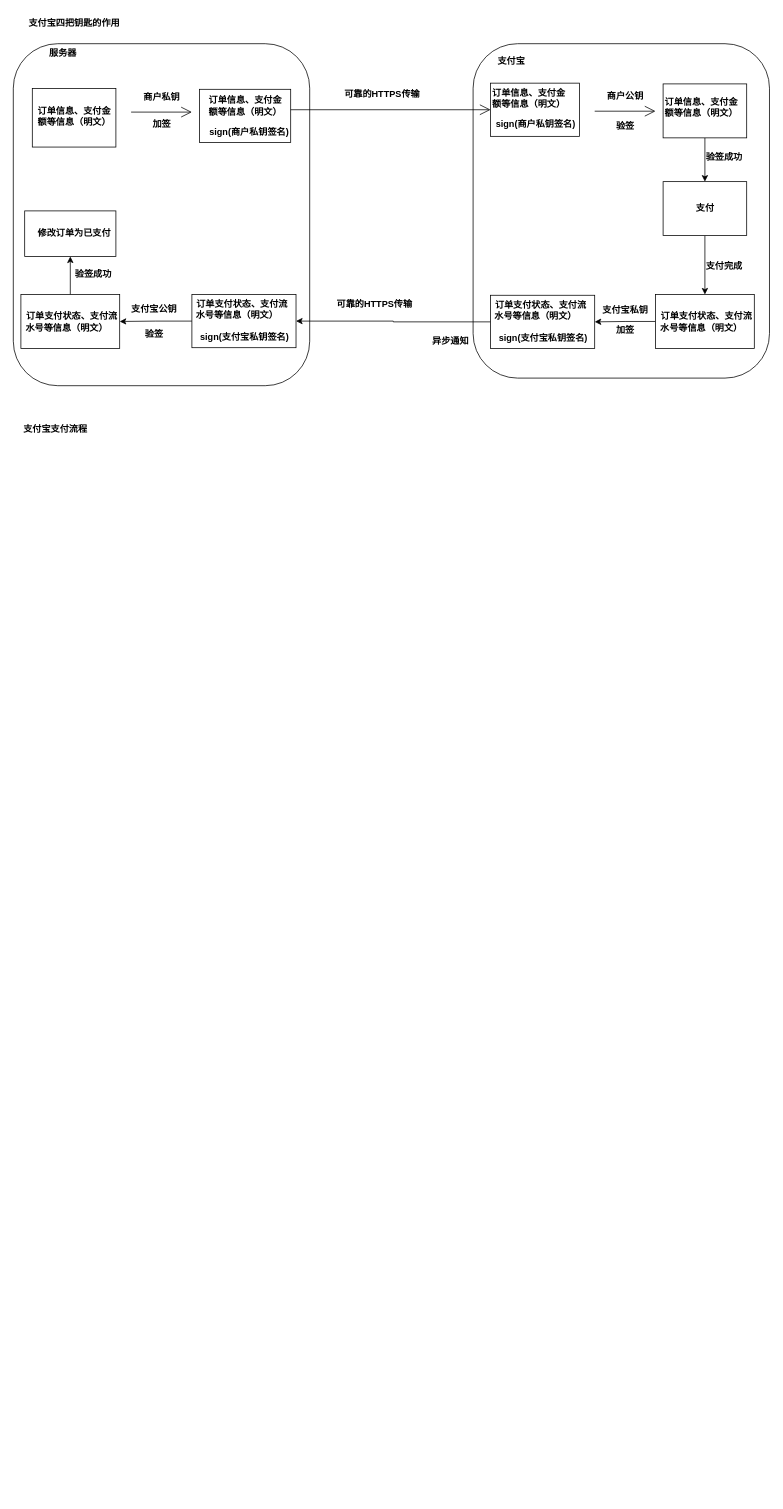
Before: ShopBusiness/支付宝支付原理.drawio in Chaimek/LearnPictures, a draw.io diagram. Source tidied: cells renumbered, new cells numbered last; positions are measured from the earlier drawing's top-left corner, leaving out a move shared by most shapes. Both pictures are drawn from the tidied source at 76%, with x=0, y=0 at pixel (13, 13).
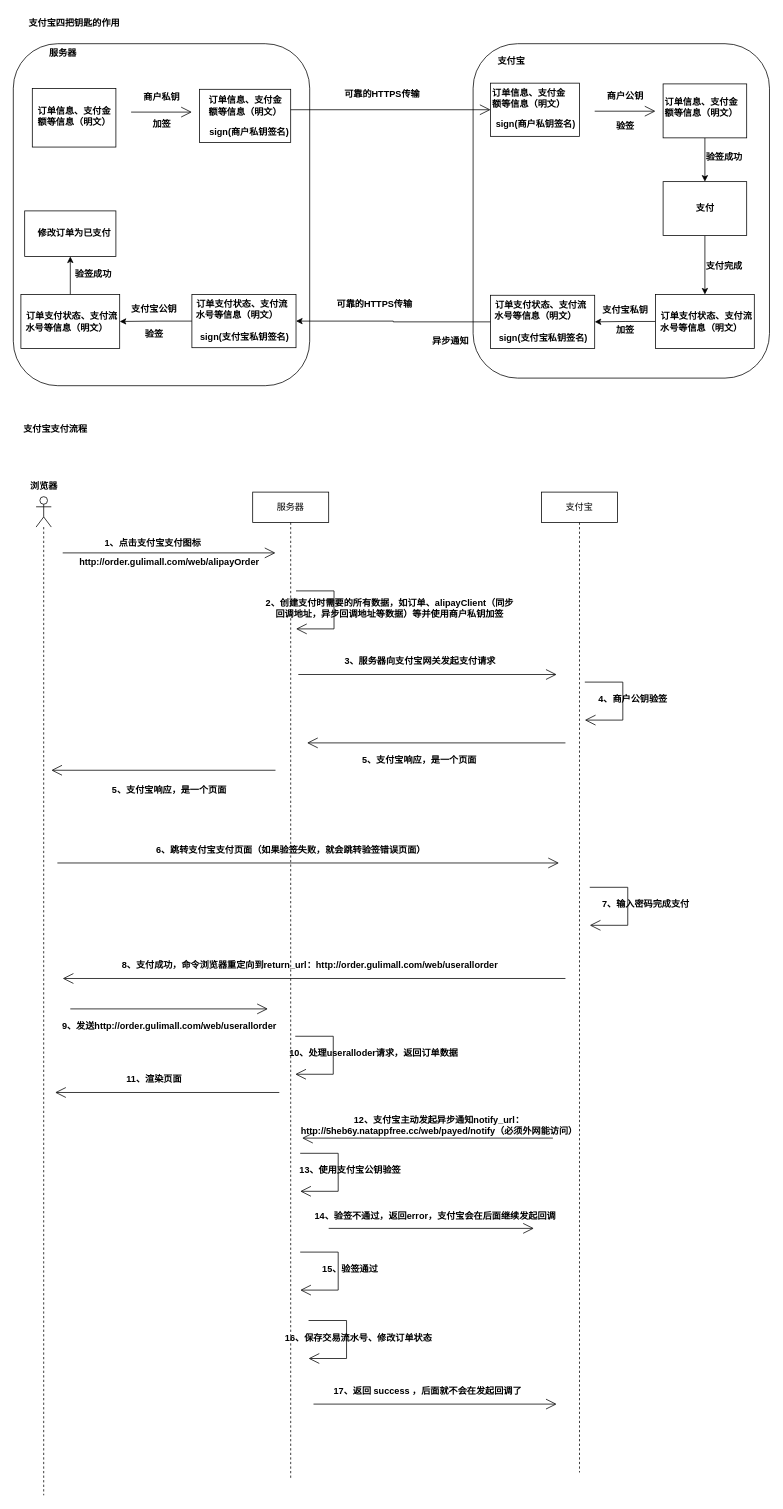
Above is the later version.

Commit message:
更新支付宝支付原理.drawio

Diff of the diagram source:
```diff
@@
+    <mxCell id="55" style="shape=umlLifeline;perimeter=lifelinePerimeter;whiteSpace=wrap;html=1;newEdgeStyle={&quot;edgeStyle&quot;:&quot;elbowEdgeStyle&quot;,&quot;elbow&quot;:&quot;vertical&quot;,&quot;curved&quot;:0,&quot;rounded&quot;:0};participant=umlActor;" parent="1" vertex="1">
+      <mxGeometry x="30" y="636" width="20" height="1314" as="geometry" />
+    </mxCell>
+    <mxCell id="56" value="浏览器" style="text;align=center;fontStyle=1;verticalAlign=middle;spacingLeft=3;spacingRight=3;strokeColor=none;html=1;" parent="1" vertex="1">
+      <mxGeometry y="610" width="80" height="26" as="geometry" />
+    </mxCell>
+    <mxCell id="57" value="服务器" style="shape=umlLifeline;perimeter=lifelinePerimeter;whiteSpace=wrap;html=1;newEdgeStyle={&quot;edgeStyle&quot;:&quot;elbowEdgeStyle&quot;,&quot;elbow&quot;:&quot;vertical&quot;,&quot;curved&quot;:0,&quot;rounded&quot;:0};" parent="1" vertex="1">
+      <mxGeometry x="315" y="630" width="100" height="1300" as="geometry" />
+    </mxCell>
+    <mxCell id="58" value="支付宝" style="shape=umlLifeline;perimeter=lifelinePerimeter;whiteSpace=wrap;html=1;newEdgeStyle={&quot;edgeStyle&quot;:&quot;elbowEdgeStyle&quot;,&quot;elbow&quot;:&quot;vertical&quot;,&quot;curved&quot;:0,&quot;rounded&quot;:0};" parent="1" vertex="1">
+      <mxGeometry x="695" y="630" width="100" height="1290" as="geometry" />
+    </mxCell>
+    <mxCell id="59" style="endArrow=open;endFill=1;endSize=12;html=1;rounded=0;" parent="1" edge="1">
+      <mxGeometry relative="1" as="geometry">
+        <mxPoint x="65" y="710" as="sourcePoint" />
+        <mxPoint x="345" y="710" as="targetPoint" />
+      </mxGeometry>
+    </mxCell>
+    <mxCell id="60" value="1、点击支付宝支付图标&amp;nbsp;" style="text;align=center;fontStyle=1;verticalAlign=middle;spacingLeft=3;spacingRight=3;strokeColor=none;html=1;" parent="1" vertex="1">
+      <mxGeometry x="145" y="684" width="80" height="26" as="geometry" />
+    </mxCell>
+    <mxCell id="61" value="http://order.gulimall.com/web/alipayOrder" style="text;align=center;fontStyle=1;verticalAlign=middle;spacingLeft=3;spacingRight=3;strokeColor=none;html=1;" parent="1" vertex="1">
+      <mxGeometry x="165" y="710" width="80" height="26" as="geometry" />
+    </mxCell>
+    <mxCell id="62" style="endArrow=open;endFill=1;endSize=12;html=1;rounded=0;" parent="1" edge="1">
+      <mxGeometry relative="1" as="geometry">
+        <mxPoint x="372" y="760" as="sourcePoint" />
+        <mxPoint x="372" y="810" as="targetPoint" />
+        <Array as="points">
+          <mxPoint x="422" y="760" />
+          <mxPoint x="422" y="810" />
+        </Array>
+      </mxGeometry>
+    </mxCell>
+    <mxCell id="63" value="2、创建支付时需要的所有数据，如订单、alipayClient（同步&lt;br&gt;回调地址，异步回调地址等数据）等并使用商户私钥加签" style="text;align=center;fontStyle=1;verticalAlign=middle;spacingLeft=3;spacingRight=3;strokeColor=none;html=1;" parent="1" vertex="1">
+      <mxGeometry x="455" y="770" width="80" height="26" as="geometry" />
+    </mxCell>
+    <mxCell id="64" style="endArrow=open;endFill=1;endSize=12;html=1;rounded=0;" parent="1" edge="1">
+      <mxGeometry relative="1" as="geometry">
+        <mxPoint x="375" y="870" as="sourcePoint" />
+        <mxPoint x="715" y="870" as="targetPoint" />
+      </mxGeometry>
+    </mxCell>
+    <mxCell id="65" value="3、服务器向支付宝网关发起支付请求" style="text;align=center;fontStyle=1;verticalAlign=middle;spacingLeft=3;spacingRight=3;strokeColor=none;html=1;" parent="1" vertex="1">
+      <mxGeometry x="495" y="840" width="80" height="26" as="geometry" />
+    </mxCell>
+    <mxCell id="66" style="endArrow=open;endFill=1;endSize=12;html=1;rounded=0;" parent="1" edge="1">
+      <mxGeometry relative="1" as="geometry">
+        <mxPoint x="726.5" y="960" as="sourcePoint" />
+        <mxPoint x="386.5" y="960" as="targetPoint" />
+      </mxGeometry>
+    </mxCell>
+    <mxCell id="67" value="5、支付宝响应，是一个页面" style="text;align=center;fontStyle=1;verticalAlign=middle;spacingLeft=3;spacingRight=3;strokeColor=none;html=1;" parent="1" vertex="1">
+      <mxGeometry x="493.5" y="970" width="80" height="26" as="geometry" />
+    </mxCell>
+    <mxCell id="68" style="endArrow=open;endFill=1;endSize=12;html=1;rounded=0;" parent="1" edge="1">
+      <mxGeometry relative="1" as="geometry">
+        <mxPoint x="345" y="996" as="sourcePoint" />
+        <mxPoint x="50" y="996" as="targetPoint" />
+      </mxGeometry>
+    </mxCell>
+    <mxCell id="69" value="5、支付宝响应，是一个页面" style="text;align=center;fontStyle=1;verticalAlign=middle;spacingLeft=3;spacingRight=3;strokeColor=none;html=1;" parent="1" vertex="1">
+      <mxGeometry x="165" y="1010" width="80" height="26" as="geometry" />
+    </mxCell>
+    <mxCell id="70" style="endArrow=open;endFill=1;endSize=12;html=1;rounded=0;" parent="1" edge="1">
+      <mxGeometry relative="1" as="geometry">
+        <mxPoint x="58" y="1118" as="sourcePoint" />
+        <mxPoint x="718" y="1118" as="targetPoint" />
+      </mxGeometry>
+    </mxCell>
+    <mxCell id="71" value="6、跳转支付宝支付页面（如果验签失败，就会跳转验签错误页面）" style="text;align=center;fontStyle=1;verticalAlign=middle;spacingLeft=3;spacingRight=3;strokeColor=none;html=1;" parent="1" vertex="1">
+      <mxGeometry x="325" y="1088" width="80" height="26" as="geometry" />
+    </mxCell>
+    <mxCell id="72" style="endArrow=open;endFill=1;endSize=12;html=1;rounded=0;" parent="1" edge="1">
+      <mxGeometry relative="1" as="geometry">
+        <mxPoint x="758.5" y="1150" as="sourcePoint" />
+        <mxPoint x="758.5" y="1200" as="targetPoint" />
+        <Array as="points">
+          <mxPoint x="808.5" y="1150" />
+          <mxPoint x="808.5" y="1200" />
+        </Array>
+      </mxGeometry>
+    </mxCell>
+    <mxCell id="73" value="7、输入密码完成支付" style="text;align=center;fontStyle=1;verticalAlign=middle;spacingLeft=3;spacingRight=3;strokeColor=none;html=1;" parent="1" vertex="1">
+      <mxGeometry x="791.5" y="1160" width="80" height="26" as="geometry" />
+    </mxCell>
+    <mxCell id="74" style="endArrow=open;endFill=1;endSize=12;html=1;rounded=0;" parent="1" edge="1">
+      <mxGeometry relative="1" as="geometry">
+        <mxPoint x="752" y="880" as="sourcePoint" />
+        <mxPoint x="752" y="930" as="targetPoint" />
+        <Array as="points">
+          <mxPoint x="802" y="880" />
+          <mxPoint x="802" y="930" />
+        </Array>
+      </mxGeometry>
+    </mxCell>
+    <mxCell id="75" value="4、商户公钥验签" style="text;align=center;fontStyle=1;verticalAlign=middle;spacingLeft=3;spacingRight=3;strokeColor=none;html=1;" parent="1" vertex="1">
+      <mxGeometry x="775" y="890" width="80" height="26" as="geometry" />
+    </mxCell>
+    <mxCell id="76" style="endArrow=open;endFill=1;endSize=12;html=1;rounded=0;" parent="1" edge="1">
+      <mxGeometry relative="1" as="geometry">
+        <mxPoint x="726.5" y="1270" as="sourcePoint" />
+        <mxPoint x="65" y="1270" as="targetPoint" />
+      </mxGeometry>
+    </mxCell>
+    <mxCell id="77" value="8、支付成功，命令浏览器重定向到return_url：&lt;span style=&quot;background-color: initial;&quot;&gt;http://order.gulimall.com/web/userallorder&lt;/span&gt;" style="text;align=center;fontStyle=1;verticalAlign=middle;spacingLeft=3;spacingRight=3;strokeColor=none;html=1;" parent="1" vertex="1">
+      <mxGeometry x="350" y="1240" width="80" height="26" as="geometry" />
+    </mxCell>
+    <mxCell id="78" style="endArrow=open;endFill=1;endSize=12;html=1;rounded=0;" parent="1" edge="1">
+      <mxGeometry relative="1" as="geometry">
+        <mxPoint x="377.5" y="1500" as="sourcePoint" />
+        <mxPoint x="377.5" y="1550" as="targetPoint" />
+        <Array as="points">
+          <mxPoint x="427.5" y="1500" />
+          <mxPoint x="427.5" y="1550" />
+        </Array>
+      </mxGeometry>
+    </mxCell>
+    <mxCell id="79" value="13、使用支付宝公钥验签" style="text;align=center;fontStyle=1;verticalAlign=middle;spacingLeft=3;spacingRight=3;strokeColor=none;html=1;" parent="1" vertex="1">
+      <mxGeometry x="402.5" y="1510" width="80" height="26" as="geometry" />
+    </mxCell>
+    <mxCell id="80" style="endArrow=open;endFill=1;endSize=12;html=1;rounded=0;" parent="1" edge="1">
+      <mxGeometry relative="1" as="geometry">
+        <mxPoint x="415" y="1598.8" as="sourcePoint" />
+        <mxPoint x="685" y="1598.8" as="targetPoint" />
+      </mxGeometry>
+    </mxCell>
+    <mxCell id="81" value="14、验签不通过，返回error，支付宝会在后面继续发起回调" style="text;align=center;fontStyle=1;verticalAlign=middle;spacingLeft=3;spacingRight=3;strokeColor=none;html=1;" parent="1" vertex="1">
+      <mxGeometry x="515" y="1570" width="80" height="26" as="geometry" />
+    </mxCell>
+    <mxCell id="82" style="endArrow=open;endFill=1;endSize=12;html=1;rounded=0;" parent="1" edge="1">
+      <mxGeometry relative="1" as="geometry">
+        <mxPoint x="371" y="1346" as="sourcePoint" />
+        <mxPoint x="371" y="1396" as="targetPoint" />
+        <Array as="points">
+          <mxPoint x="421" y="1346" />
+          <mxPoint x="421" y="1396" />
+        </Array>
+      </mxGeometry>
+    </mxCell>
+    <mxCell id="83" value="10、处理useralloder请求，返回订单数据" style="text;align=center;fontStyle=1;verticalAlign=middle;spacingLeft=3;spacingRight=3;strokeColor=none;html=1;" parent="1" vertex="1">
+      <mxGeometry x="434" y="1356" width="80" height="26" as="geometry" />
+    </mxCell>
+    <mxCell id="84" style="endArrow=open;endFill=1;endSize=12;html=1;rounded=0;" parent="1" edge="1">
+      <mxGeometry relative="1" as="geometry">
+        <mxPoint x="350" y="1420" as="sourcePoint" />
+        <mxPoint x="55" y="1420" as="targetPoint" />
+      </mxGeometry>
+    </mxCell>
+    <mxCell id="85" value="11、渲染页面" style="text;align=center;fontStyle=1;verticalAlign=middle;spacingLeft=3;spacingRight=3;strokeColor=none;html=1;" parent="1" vertex="1">
+      <mxGeometry x="145" y="1390" width="80" height="26" as="geometry" />
+    </mxCell>
+    <mxCell id="86" style="endArrow=open;endFill=1;endSize=12;html=1;rounded=0;" parent="1" edge="1">
+      <mxGeometry relative="1" as="geometry">
+        <mxPoint x="710" y="1480" as="sourcePoint" />
+        <mxPoint x="380" y="1480" as="targetPoint" />
+      </mxGeometry>
+    </mxCell>
+    <mxCell id="87" value="12、支付宝主动发起异步通知notify_url：&lt;br&gt;http://5heb6y.natappfree.cc/web/payed/notify（必须外网能访问）" style="text;align=center;fontStyle=1;verticalAlign=middle;spacingLeft=3;spacingRight=3;strokeColor=none;html=1;" parent="1" vertex="1">
+      <mxGeometry x="520" y="1450" width="80" height="26" as="geometry" />
+    </mxCell>
+    <mxCell id="88" style="endArrow=open;endFill=1;endSize=12;html=1;rounded=0;" parent="1" edge="1">
+      <mxGeometry relative="1" as="geometry">
+        <mxPoint x="75" y="1310" as="sourcePoint" />
+        <mxPoint x="335" y="1310" as="targetPoint" />
+      </mxGeometry>
+    </mxCell>
+    <mxCell id="89" value="9、发送http://order.gulimall.com/web/userallorder" style="text;align=center;fontStyle=1;verticalAlign=middle;spacingLeft=3;spacingRight=3;strokeColor=none;html=1;" parent="1" vertex="1">
+      <mxGeometry x="165" y="1320" width="80" height="26" as="geometry" />
+    </mxCell>
+    <mxCell id="90" style="endArrow=open;endFill=1;endSize=12;html=1;rounded=0;" parent="1" edge="1">
+      <mxGeometry relative="1" as="geometry">
+        <mxPoint x="377.5" y="1630" as="sourcePoint" />
+        <mxPoint x="377.5" y="1680" as="targetPoint" />
+        <Array as="points">
+          <mxPoint x="427.5" y="1630" />
+          <mxPoint x="427.5" y="1680" />
+        </Array>
+      </mxGeometry>
+    </mxCell>
+    <mxCell id="91" value="15、验签通过" style="text;align=center;fontStyle=1;verticalAlign=middle;spacingLeft=3;spacingRight=3;strokeColor=none;html=1;" parent="1" vertex="1">
+      <mxGeometry x="402.5" y="1640" width="80" height="26" as="geometry" />
+    </mxCell>
+    <mxCell id="92" style="endArrow=open;endFill=1;endSize=12;html=1;rounded=0;" parent="1" edge="1">
+      <mxGeometry relative="1" as="geometry">
+        <mxPoint x="388.5" y="1720" as="sourcePoint" />
+        <mxPoint x="388.5" y="1770" as="targetPoint" />
+        <Array as="points">
+          <mxPoint x="438.5" y="1720" />
+          <mxPoint x="438.5" y="1770" />
+        </Array>
+      </mxGeometry>
+    </mxCell>
+    <mxCell id="93" value="16、保存交易流水号、修改订单状态" style="text;align=center;fontStyle=1;verticalAlign=middle;spacingLeft=3;spacingRight=3;strokeColor=none;html=1;" parent="1" vertex="1">
+      <mxGeometry x="413.5" y="1730" width="80" height="26" as="geometry" />
+    </mxCell>
+    <mxCell id="94" style="endArrow=open;endFill=1;endSize=12;html=1;rounded=0;" parent="1" edge="1">
+      <mxGeometry relative="1" as="geometry">
+        <mxPoint x="395" y="1830" as="sourcePoint" />
+        <mxPoint x="715" y="1830" as="targetPoint" />
+      </mxGeometry>
+    </mxCell>
+    <mxCell id="95" value="17、返回 success ，后面就不会在发起回调了" style="text;align=center;fontStyle=1;verticalAlign=middle;spacingLeft=3;spacingRight=3;strokeColor=none;html=1;" parent="1" vertex="1">
+      <mxGeometry x="505" y="1800" width="80" height="26" as="geometry" />
+    </mxCell>
```
